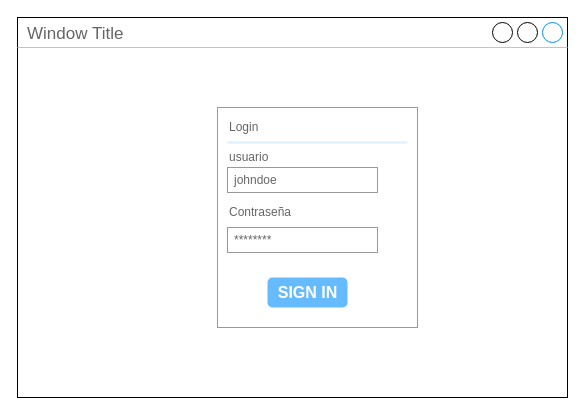
Cicery/ProyectoTallerMecanico keeps this draw.io diagram as page "Page-1" (1 of 2) of Diagramas/Untitled Diagram.drawio. Above is the earlier version. Source tidied: cells renumbered, new cells numbered last; positions are measured from the earlier drawing's top-left corner, leaving out a move shared by most shapes. Both pictures are drawn from the tidied source at 100%, with x=0, y=0 at pixel (17, 17).
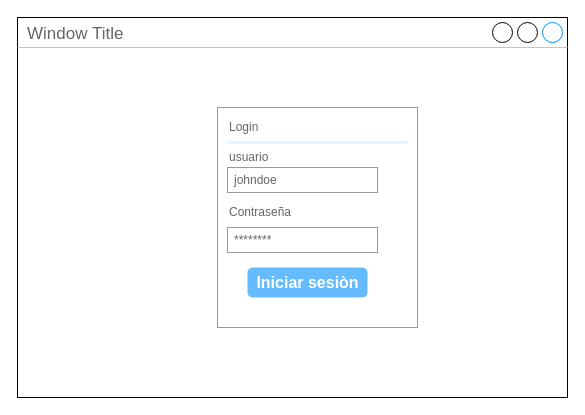
Above is the later version.

Diff of the diagram source:
```diff
@@
 <mxGraphModel background="#ffffff">
   <root>
     <mxCell id="0" />
     <mxCell id="1" parent="0" />
     <mxCell id="2" value="Window Title" style="strokeWidth=1;shadow=0;dashed=0;align=center;html=1;shape=mxgraph.mockup.containers.window;align=left;verticalAlign=top;spacingLeft=8;strokeColor2=#008cff;strokeColor3=#c4c4c4;fontColor=#666666;mainText=;fontSize=17;labelBackgroundColor=none;" parent="1" vertex="1">
       <mxGeometry width="550" height="380" as="geometry" />
     </mxCell>
     <mxCell id="3" style="strokeWidth=1;shadow=0;dashed=0;align=center;html=1;shape=mxgraph.mockup.forms.rrect;rSize=0;strokeColor=#999999;fillColor=#ffffff;" parent="1" vertex="1">
       <mxGeometry x="200" y="90" width="200" height="220" as="geometry" />
     </mxCell>
     <mxCell id="4" value="Login" style="strokeWidth=1;shadow=0;dashed=0;align=center;html=1;shape=mxgraph.mockup.forms.anchor;fontSize=12;fontColor=#666666;align=left;spacingLeft=0;" parent="3" vertex="1">
       <mxGeometry width="100" height="20" relative="1" as="geometry">
         <mxPoint x="10" y="10" as="offset" />
       </mxGeometry>
     </mxCell>
     <mxCell id="5" style="shape=line;strokeColor=#ddeeff;strokeWidth=2;html=1;" parent="3" vertex="1">
       <mxGeometry width="180" height="10" relative="1" as="geometry">
         <mxPoint x="10" y="30" as="offset" />
       </mxGeometry>
     </mxCell>
     <mxCell id="6" value="usuario" style="strokeWidth=1;shadow=0;dashed=0;align=center;html=1;shape=mxgraph.mockup.forms.anchor;fontSize=12;fontColor=#666666;align=left;spacingLeft=0;" parent="3" vertex="1">
       <mxGeometry width="100" height="20" relative="1" as="geometry">
         <mxPoint x="10" y="40" as="offset" />
       </mxGeometry>
     </mxCell>
     <mxCell id="7" value="johndoe" style="strokeWidth=1;shadow=0;dashed=0;align=center;html=1;shape=mxgraph.mockup.forms.rrect;rSize=0;strokeColor=#999999;fontColor=#666666;align=left;spacingLeft=5;" parent="3" vertex="1">
       <mxGeometry width="150" height="25" relative="1" as="geometry">
         <mxPoint x="10" y="60" as="offset" />
       </mxGeometry>
     </mxCell>
     <mxCell id="8" value="Contraseña" style="strokeWidth=1;shadow=0;dashed=0;align=center;html=1;shape=mxgraph.mockup.forms.anchor;fontSize=12;fontColor=#666666;align=left;spacingLeft=0;" parent="3" vertex="1">
       <mxGeometry width="100" height="20" relative="1" as="geometry">
         <mxPoint x="10" y="95" as="offset" />
       </mxGeometry>
     </mxCell>
     <mxCell id="9" value="********" style="strokeWidth=1;shadow=0;dashed=0;align=center;html=1;shape=mxgraph.mockup.forms.rrect;rSize=0;strokeColor=#999999;fontColor=#666666;align=left;spacingLeft=5;" parent="3" vertex="1">
       <mxGeometry width="150" height="25" relative="1" as="geometry">
         <mxPoint x="10" y="120" as="offset" />
       </mxGeometry>
     </mxCell>
-    <mxCell id="10" value="SIGN IN" style="strokeWidth=1;shadow=0;dashed=0;align=center;html=1;shape=mxgraph.mockup.forms.rrect;rSize=5;strokeColor=none;fontColor=#ffffff;fillColor=#66bbff;fontSize=16;fontStyle=1;" parent="3" vertex="1">
-      <mxGeometry y="1" width="80" height="30" relative="1" as="geometry">
-        <mxPoint x="50" y="-50" as="offset" />
+    <mxCell id="10" value="Iniciar sesiòn" style="strokeWidth=1;shadow=0;dashed=0;align=center;html=1;shape=mxgraph.mockup.forms.rrect;rSize=5;strokeColor=none;fontColor=#ffffff;fillColor=#66bbff;fontSize=16;fontStyle=1;" parent="3" vertex="1">
+      <mxGeometry y="1" width="120" height="30" relative="1" as="geometry">
+        <mxPoint x="30" y="-60" as="offset" />
       </mxGeometry>
     </mxCell>
   </root>
 </mxGraphModel>
```
